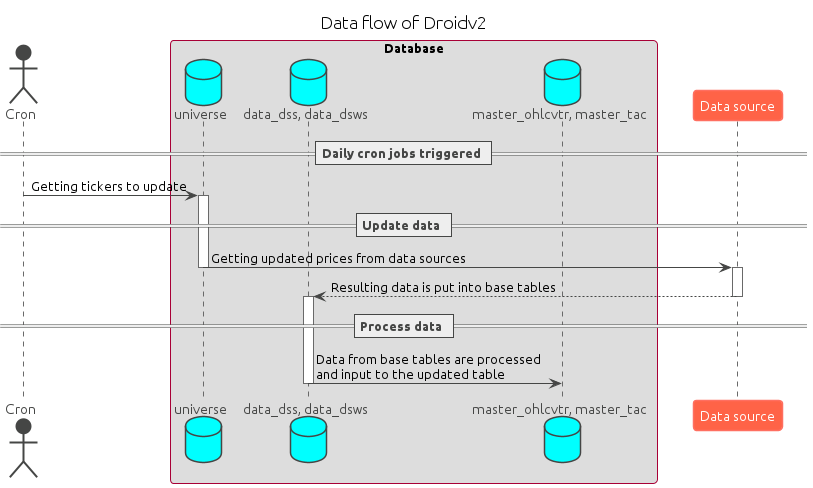
This is docs/diagrams/all_flow/flow.png from asklora/DROID_V2.1, a PlantUML export, as it was before one commit.
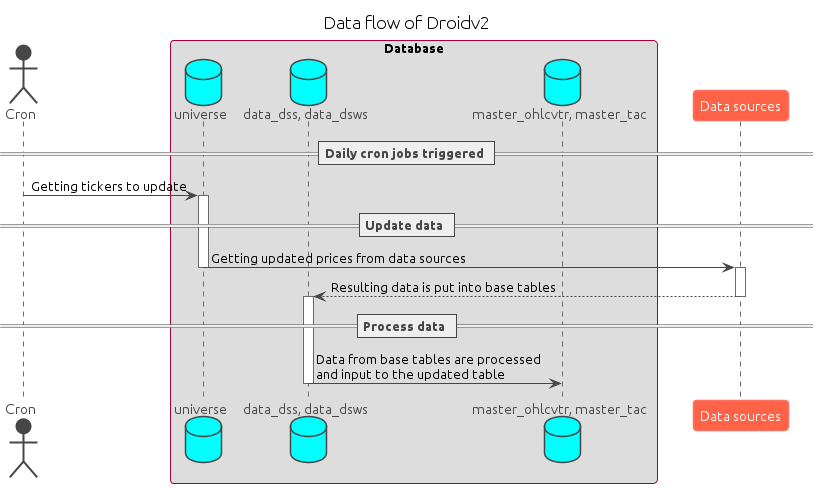
The same diagram one commit later.

Commit message:
update flow diagrams

Change to the diagram source:
```diff
@@ -15,7 +15,7 @@
 database "data_dss, data_dsws" as base
 database "master_ohlcvtr, master_tac" as updated
 end box
-participant "Data source" as source
+participant "Data sources" as source
 
 == Daily cron jobs triggered ==
 Cron -> universe ++: Getting tickers to update
@@ -27,10 +27,4 @@
 == Process data ==
 base -> updated -- : Data from base tables are processed\nand input to the updated table
 
-
-
-
-
-
-
 @enduml
```
